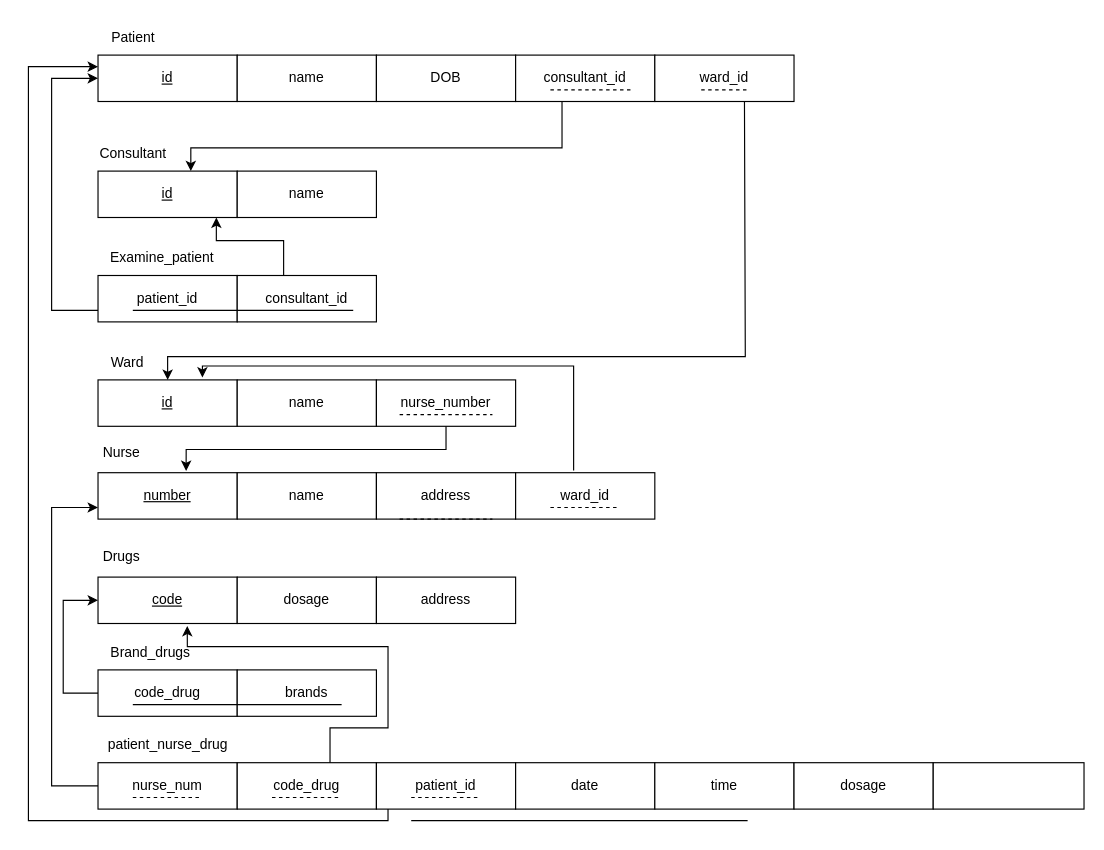
This is SCHEMAs/Hospital/Hospital.drawio from ArwaAlaa1/Back-End, a draw.io file, before an edit. Source tidied: cells renumbered, new cells numbered last; positions are measured from the earlier drawing's top-left corner, leaving out a move shared by most shapes. Both pictures are drawn from the tidied source at 116%, with x=0, y=0 at pixel (28, 20).
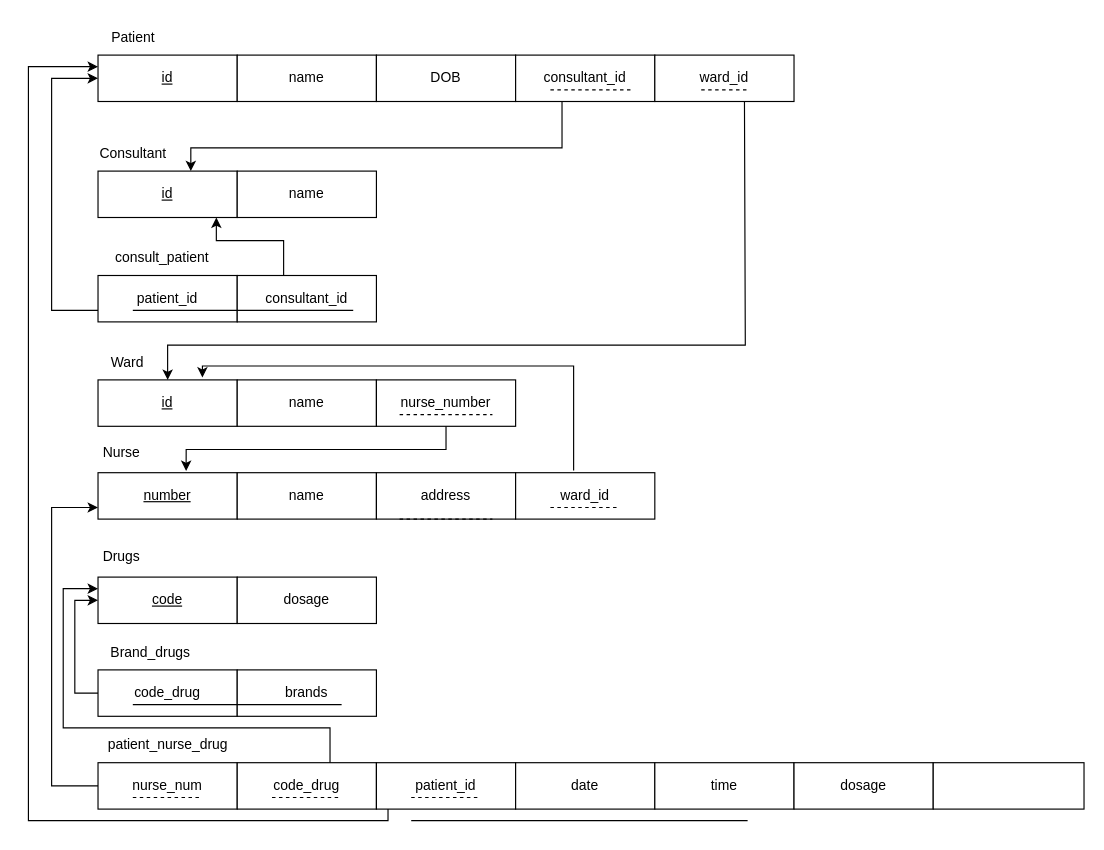
After the change.

Unchanged cells that the change refers to:
```xml
<mxCell id="18" value="&lt;u&gt;id&lt;/u&gt;" style="rounded=0;whiteSpace=wrap;html=1;" parent="1" vertex="1">
  <mxGeometry x="60" y="310" width="120" height="40" as="geometry" />
</mxCell>
<mxCell id="21" value="ward_id" style="rounded=0;whiteSpace=wrap;html=1;" parent="1" vertex="1">
  <mxGeometry x="540" y="30" width="120" height="40" as="geometry" />
</mxCell>
<mxCell id="34" value="&lt;u&gt;code&lt;/u&gt;" style="rounded=0;whiteSpace=wrap;html=1;" parent="1" vertex="1">
  <mxGeometry x="60" y="480" width="120" height="40" as="geometry" />
</mxCell>
<mxCell id="39" value="code_drug" style="rounded=0;whiteSpace=wrap;html=1;" parent="1" vertex="1">
  <mxGeometry x="60" y="560" width="120" height="40" as="geometry" />
</mxCell>
```

Change to the diagram source:
```diff
@@
-    <mxCell id="11" value="Examine_patient" style="text;html=1;align=center;verticalAlign=middle;strokeColor=none;fillColor=none;" parent="1" vertex="1">
-      <mxGeometry x="60" y="190" width="110" height="30" as="geometry" />
+    <mxCell id="11" value="consult_patient" style="text;html=1;align=center;verticalAlign=middle;strokeColor=none;fillColor=none;" parent="1" vertex="1">
+      <mxGeometry x="65" y="190" width="100" height="30" as="geometry" />
     </mxCell>
@@
     <mxCell id="23" style="endArrow=classic;html=1;rounded=0;exitX=0.644;exitY=0.994;exitDx=0;exitDy=0;exitPerimeter=0;entryX=0.5;entryY=0;entryDx=0;entryDy=0;" parent="1" edge="1" source="21" target="18">
       <mxGeometry relative="1" as="geometry">
         <Array as="points">
-          <mxPoint x="618" y="290" />
-          <mxPoint x="120" y="290" />
+          <mxPoint x="618" y="280" />
+          <mxPoint x="120" y="280" />
         </Array>
       </mxGeometry>
     </mxCell>
@@
-    <mxCell id="37" value="address" style="rounded=0;whiteSpace=wrap;html=1;" parent="1" vertex="1">
-      <mxGeometry x="300" y="480" width="120" height="40" as="geometry" />
-    </mxCell>
@@
     <mxCell id="42" style="endArrow=classic;html=1;rounded=0;exitX=0;exitY=0.5;exitDx=0;exitDy=0;entryX=0;entryY=0.5;entryDx=0;entryDy=0;" parent="1" edge="1" source="39" target="34">
       <mxGeometry relative="1" as="geometry">
         <Array as="points">
-          <mxPoint x="30" y="580" />
-          <mxPoint x="30" y="500" />
+          <mxPoint x="40" y="580" />
+          <mxPoint x="40" y="500" />
         </Array>
       </mxGeometry>
     </mxCell>
@@
-    <mxCell id="57" style="endArrow=classic;html=1;rounded=0;entryX=0.641;entryY=1.053;entryDx=0;entryDy=0;entryPerimeter=0;" parent="1" edge="1" target="34">
+    <mxCell id="57" style="endArrow=classic;html=1;rounded=0;entryX=0;entryY=0.25;entryDx=0;entryDy=0;" parent="1" edge="1" target="34">
       <mxGeometry relative="1" as="geometry">
         <mxPoint x="260" y="640" as="sourcePoint" />
         <Array as="points">
           <mxPoint x="260" y="610" />
-          <mxPoint x="310" y="610" />
-          <mxPoint x="310" y="540" />
-          <mxPoint x="137" y="540" />
+          <mxPoint x="30" y="610" />
+          <mxPoint x="30" y="490" />
         </Array>
       </mxGeometry>
     </mxCell>
```
